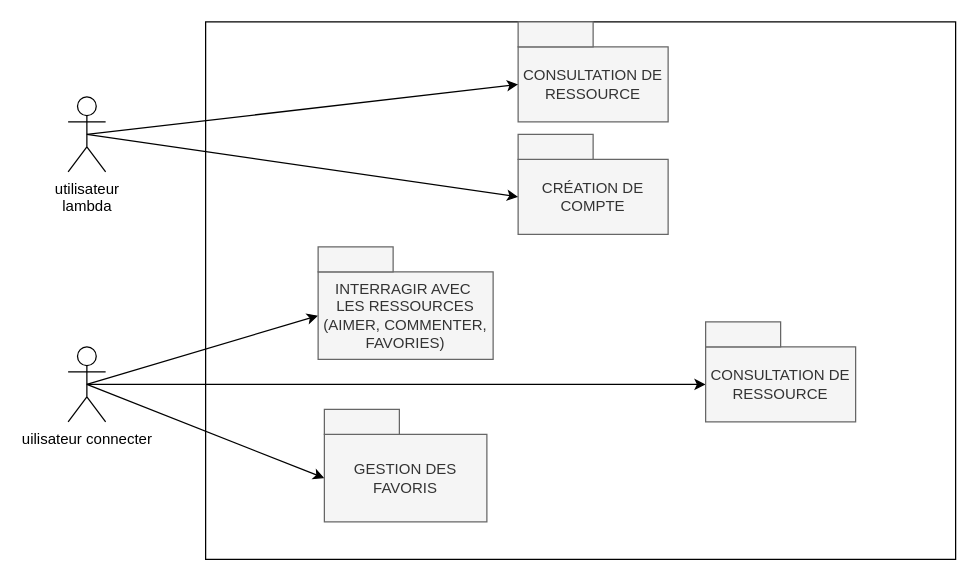
The draw.io diagram diagramme de contexteCUBE.drawio in MarioLeZinZin/TD_UML, before the edit. Source tidied: cells renumbered, new cells numbered last; positions are measured from the earlier drawing's top-left corner, leaving out a move shared by most shapes. Both pictures are drawn from the tidied source at 125%, with x=0, y=0 at pixel (68, 21).
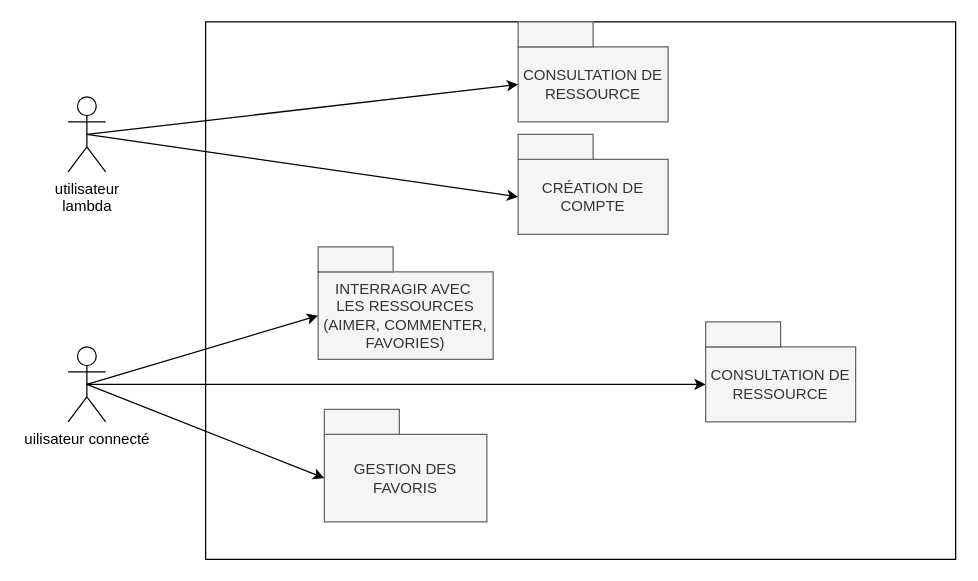
Above is the later version.

Commit message (it also covers changes not shown here):
Mettre à jour diagramme de contexteCUBE.drawio

The edit, as a diff of the source:
```diff
@@
 <mxGraphModel>
   <root>
     <mxCell id="0" />
     <mxCell id="1" parent="0" />
     <mxCell id="2" value="utilisateur&lt;div&gt;lambda&lt;/div&gt;" style="shape=umlActor;verticalLabelPosition=bottom;verticalAlign=top;html=1;" parent="1" vertex="1">
       <mxGeometry y="60" width="30" height="60" as="geometry" />
     </mxCell>
     <mxCell id="3" style="rounded=0;whiteSpace=wrap;html=1;shadow=0;" parent="1" vertex="1">
       <mxGeometry x="110" width="600" height="430" as="geometry" />
     </mxCell>
     <mxCell id="4" style="rounded=0;jettySize=auto;html=1;exitX=0.5;exitY=0.5;exitDx=0;exitDy=0;exitPerimeter=0;" parent="1" edge="1" source="7" target="14">
       <mxGeometry relative="1" as="geometry" />
     </mxCell>
     <mxCell id="5" style="rounded=0;jettySize=auto;html=1;exitX=0.5;exitY=0.5;exitDx=0;exitDy=0;exitPerimeter=0;entryX=0;entryY=0.5;entryDx=0;entryDy=0;" parent="1" edge="1" source="7" target="16">
       <mxGeometry relative="1" as="geometry" />
     </mxCell>
     <mxCell id="6" style="rounded=0;jettySize=auto;html=1;exitX=0.5;exitY=0.5;exitDx=0;exitDy=0;exitPerimeter=0;entryX=0;entryY=0.5;entryDx=0;entryDy=0;" parent="1" edge="1" source="7" target="18">
       <mxGeometry relative="1" as="geometry" />
     </mxCell>
-    <mxCell id="7" value="uilisateur connecter" style="shape=umlActor;verticalLabelPosition=bottom;verticalAlign=top;html=1;" parent="1" vertex="1">
+    <mxCell id="7" value="uilisateur connecté" style="shape=umlActor;verticalLabelPosition=bottom;verticalAlign=top;html=1;" parent="1" vertex="1">
       <mxGeometry y="260" width="30" height="60" as="geometry" />
     </mxCell>
     <mxCell id="8" value="CONSULTATION DE RESSOURCE" style="rounded=0;whiteSpace=wrap;html=1;fillColor=#f5f5f5;fontColor=#333333;strokeColor=#666666;" parent="1" vertex="1">
       <mxGeometry x="360" y="20" width="120" height="60" as="geometry" />
     </mxCell>
     <mxCell id="9" style="rounded=0;whiteSpace=wrap;html=1;fillColor=#f5f5f5;fontColor=#333333;strokeColor=#666666;" parent="1" vertex="1">
       <mxGeometry x="360" width="60" height="20" as="geometry" />
     </mxCell>
     <mxCell id="10" style="rounded=0;jettySize=auto;html=1;exitX=0.5;exitY=0.5;exitDx=0;exitDy=0;exitPerimeter=0;entryX=0;entryY=0.5;entryDx=0;entryDy=0;" parent="1" edge="1" source="2" target="8">
       <mxGeometry relative="1" as="geometry" />
     </mxCell>
     <mxCell id="11" value="CRÉATION DE COMPTE" style="rounded=0;whiteSpace=wrap;html=1;fillColor=#f5f5f5;fontColor=#333333;strokeColor=#666666;" parent="1" vertex="1">
       <mxGeometry x="360" y="110" width="120" height="60" as="geometry" />
     </mxCell>
     <mxCell id="12" style="rounded=0;jettySize=auto;html=1;exitX=0.5;exitY=0.5;exitDx=0;exitDy=0;exitPerimeter=0;entryX=0;entryY=0.5;entryDx=0;entryDy=0;" parent="1" edge="1" source="2" target="11">
       <mxGeometry relative="1" as="geometry" />
     </mxCell>
     <mxCell id="13" style="rounded=0;whiteSpace=wrap;html=1;fillColor=#f5f5f5;fontColor=#333333;strokeColor=#666666;" parent="1" vertex="1">
       <mxGeometry x="360" y="90" width="60" height="20" as="geometry" />
     </mxCell>
     <mxCell id="14" value="CONSULTATION DE RESSOURCE" style="rounded=0;whiteSpace=wrap;html=1;fillColor=#f5f5f5;fontColor=#333333;strokeColor=#666666;" parent="1" vertex="1">
       <mxGeometry x="510" y="260" width="120" height="60" as="geometry" />
     </mxCell>
     <mxCell id="15" style="rounded=0;whiteSpace=wrap;html=1;fillColor=#f5f5f5;fontColor=#333333;strokeColor=#666666;" parent="1" vertex="1">
       <mxGeometry x="510" y="240" width="60" height="20" as="geometry" />
     </mxCell>
     <mxCell id="16" value="INTERRAGIR AVEC&amp;nbsp;&lt;div&gt;LES RESSOURCES&lt;/div&gt;&lt;div&gt;(AIMER, COMMENTER, FAVORIES)&lt;/div&gt;" style="rounded=0;whiteSpace=wrap;html=1;fillColor=#f5f5f5;fontColor=#333333;strokeColor=#666666;" parent="1" vertex="1">
       <mxGeometry x="200" y="200" width="140" height="70" as="geometry" />
     </mxCell>
     <mxCell id="17" style="rounded=0;whiteSpace=wrap;html=1;fillColor=#f5f5f5;fontColor=#333333;strokeColor=#666666;" parent="1" vertex="1">
       <mxGeometry x="200" y="180" width="60" height="20" as="geometry" />
     </mxCell>
     <mxCell id="18" value="GESTION DES FAVORIS" style="rounded=0;whiteSpace=wrap;html=1;fillColor=#f5f5f5;fontColor=#333333;strokeColor=#666666;" parent="1" vertex="1">
       <mxGeometry x="205" y="330" width="130" height="70" as="geometry" />
     </mxCell>
     <mxCell id="19" style="rounded=0;whiteSpace=wrap;html=1;fillColor=#f5f5f5;fontColor=#333333;strokeColor=#666666;" parent="1" vertex="1">
       <mxGeometry x="205" y="310" width="60" height="20" as="geometry" />
     </mxCell>
   </root>
 </mxGraphModel>
```
